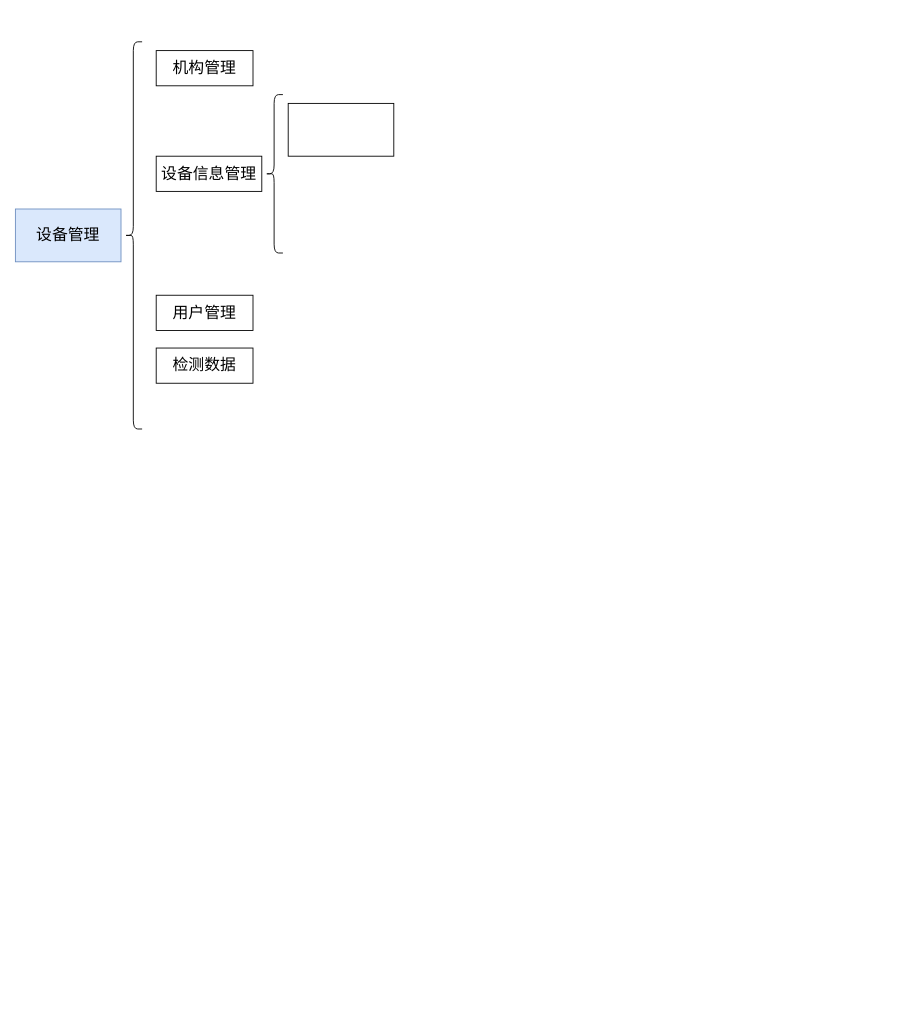
Earlier version of the draw.io diagram page "专利" (4 of 4) of 生产管理系统.drawio (lliecho/test). Source tidied: cells renumbered, new cells numbered last; positions are measured from the earlier drawing's top-left corner, leaving out a move shared by most shapes. Both pictures are drawn from the tidied source at 88%, with x=0, y=0 at pixel (15, 41).
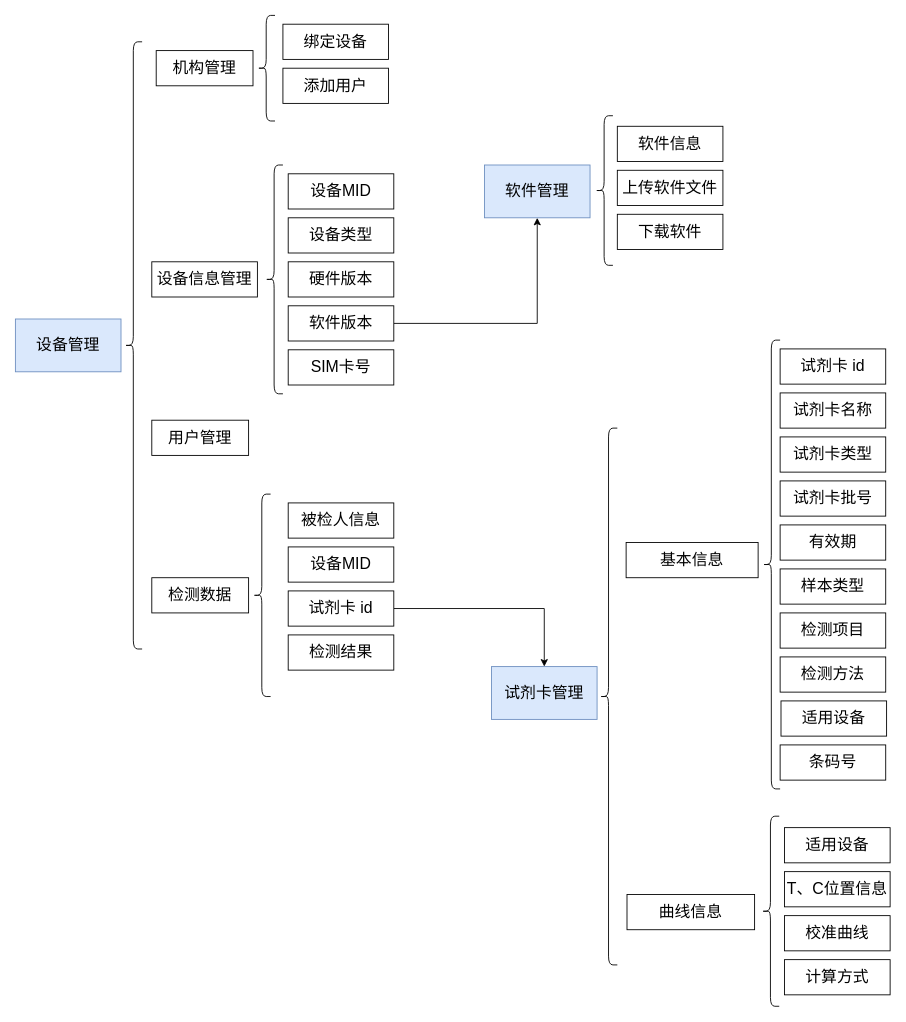
After the change.

Commit message:
更新生产管理系统.drawio

Change to the diagram source:
```diff
@@
     <mxCell id="2" value="设备管理&lt;br style=&quot;font-size: 18px;&quot;&gt;" style="rounded=0;whiteSpace=wrap;html=1;fontSize=18;fillColor=#dae8fc;strokeColor=#6c8ebf;" parent="1" vertex="1">
-      <mxGeometry y="190" width="120" height="60" as="geometry" />
+      <mxGeometry y="315" width="120" height="60" as="geometry" />
     </mxCell>
     <mxCell id="3" style="shape=curlyBracket;whiteSpace=wrap;html=1;rounded=1;labelPosition=left;verticalLabelPosition=middle;align=right;verticalAlign=middle;" parent="1" vertex="1">
-      <mxGeometry x="124" width="20" height="440" as="geometry" />
+      <mxGeometry x="124" width="20" height="690" as="geometry" />
     </mxCell>
@@
     <mxCell id="5" value="设备信息管理" style="rounded=0;whiteSpace=wrap;html=1;fontSize=18;" parent="1" vertex="1">
-      <mxGeometry x="160" y="130" width="120" height="40" as="geometry" />
+      <mxGeometry x="155" y="250" width="120" height="40" as="geometry" />
     </mxCell>
     <mxCell id="6" value="用户管理" style="rounded=0;whiteSpace=wrap;html=1;fontSize=18;" parent="1" vertex="1">
-      <mxGeometry x="160" y="288" width="110" height="40" as="geometry" />
+      <mxGeometry x="155" y="430" width="110" height="40" as="geometry" />
     </mxCell>
     <mxCell id="7" value="检测数据" style="rounded=0;whiteSpace=wrap;html=1;fontSize=18;" parent="1" vertex="1">
-      <mxGeometry x="160" y="348" width="110" height="40" as="geometry" />
+      <mxGeometry x="155" y="609" width="110" height="40" as="geometry" />
     </mxCell>
     <mxCell id="8" style="shape=curlyBracket;whiteSpace=wrap;html=1;rounded=1;labelPosition=left;verticalLabelPosition=middle;align=right;verticalAlign=middle;" parent="1" vertex="1">
-      <mxGeometry x="284" y="60" width="20" height="180" as="geometry" />
+      <mxGeometry x="284" y="140" width="20" height="260" as="geometry" />
     </mxCell>
-    <mxCell id="9" style="rounded=0;whiteSpace=wrap;html=1;" parent="1" vertex="1">
-      <mxGeometry x="310" y="70" width="120" height="60" as="geometry" />
+    <mxCell id="9" value="设备MID" style="rounded=0;whiteSpace=wrap;html=1;fontSize=18;" parent="1" vertex="1">
+      <mxGeometry x="310" y="150" width="120" height="40" as="geometry" />
     </mxCell>
+    <mxCell id="10" value="设备类型" style="rounded=0;whiteSpace=wrap;html=1;fontSize=18;" parent="1" vertex="1">
+      <mxGeometry x="310" y="200" width="120" height="40" as="geometry" />
+    </mxCell>
+    <mxCell id="11" value="硬件版本" style="rounded=0;whiteSpace=wrap;html=1;fontSize=18;" parent="1" vertex="1">
+      <mxGeometry x="310" y="250" width="120" height="40" as="geometry" />
+    </mxCell>
+    <mxCell id="12" style="edgeStyle=orthogonalEdgeStyle;rounded=0;jettySize=auto;html=1;entryX=0.5;entryY=1;entryDx=0;entryDy=0;" parent="1" edge="1" source="13" target="44">
+      <mxGeometry relative="1" as="geometry" />
+    </mxCell>
+    <mxCell id="13" value="软件版本" style="rounded=0;whiteSpace=wrap;html=1;fontSize=18;" parent="1" vertex="1">
+      <mxGeometry x="310" y="300" width="120" height="40" as="geometry" />
+    </mxCell>
+    <mxCell id="14" value="SIM卡号" style="rounded=0;whiteSpace=wrap;html=1;fontSize=18;" parent="1" vertex="1">
+      <mxGeometry x="310" y="350" width="120" height="40" as="geometry" />
+    </mxCell>
+    <mxCell id="15" style="shape=curlyBracket;whiteSpace=wrap;html=1;rounded=1;labelPosition=left;verticalLabelPosition=middle;align=right;verticalAlign=middle;" parent="1" vertex="1">
+      <mxGeometry x="270" y="514" width="20" height="230" as="geometry" />
+    </mxCell>
+    <mxCell id="16" value="被检人信息" style="rounded=0;whiteSpace=wrap;html=1;fontSize=18;" parent="1" vertex="1">
+      <mxGeometry x="310" y="524" width="120" height="40" as="geometry" />
+    </mxCell>
+    <mxCell id="17" value="设备MID" style="rounded=0;whiteSpace=wrap;html=1;fontSize=18;" parent="1" vertex="1">
+      <mxGeometry x="310" y="574" width="120" height="40" as="geometry" />
+    </mxCell>
+    <mxCell id="18" style="edgeStyle=orthogonalEdgeStyle;rounded=0;jettySize=auto;html=1;entryX=0.5;entryY=0;entryDx=0;entryDy=0;" parent="1" edge="1" source="19" target="24">
+      <mxGeometry relative="1" as="geometry" />
+    </mxCell>
+    <mxCell id="19" value="试剂卡 id" style="rounded=0;whiteSpace=wrap;html=1;fontSize=18;" parent="1" vertex="1">
+      <mxGeometry x="310" y="624" width="120" height="40" as="geometry" />
+    </mxCell>
+    <mxCell id="20" value="检测结果" style="rounded=0;whiteSpace=wrap;html=1;fontSize=18;" parent="1" vertex="1">
+      <mxGeometry x="310" y="674" width="120" height="40" as="geometry" />
+    </mxCell>
+    <mxCell id="21" style="shape=curlyBracket;whiteSpace=wrap;html=1;rounded=1;labelPosition=left;verticalLabelPosition=middle;align=right;verticalAlign=middle;" parent="1" vertex="1">
+      <mxGeometry x="275" y="-30" width="20" height="120" as="geometry" />
+    </mxCell>
+    <mxCell id="22" value="绑定设备" style="rounded=0;whiteSpace=wrap;html=1;fontSize=18;" parent="1" vertex="1">
+      <mxGeometry x="304" y="-20" width="120" height="40" as="geometry" />
+    </mxCell>
+    <mxCell id="23" value="添加用户" style="rounded=0;whiteSpace=wrap;html=1;fontSize=18;" parent="1" vertex="1">
+      <mxGeometry x="304" y="30" width="120" height="40" as="geometry" />
+    </mxCell>
+    <mxCell id="24" value="试剂卡管理" style="rounded=0;whiteSpace=wrap;html=1;fontSize=18;fillColor=#dae8fc;strokeColor=#6c8ebf;" parent="1" vertex="1">
+      <mxGeometry x="541" y="710" width="120" height="60" as="geometry" />
+    </mxCell>
+    <mxCell id="25" style="shape=curlyBracket;whiteSpace=wrap;html=1;rounded=1;labelPosition=left;verticalLabelPosition=middle;align=right;verticalAlign=middle;" parent="1" vertex="1">
+      <mxGeometry x="664" y="439" width="20" height="610" as="geometry" />
+    </mxCell>
+    <mxCell id="26" value="基本信息" style="rounded=0;whiteSpace=wrap;html=1;fontSize=18;" parent="1" vertex="1">
+      <mxGeometry x="694" y="569" width="150" height="40" as="geometry" />
+    </mxCell>
+    <mxCell id="27" value="曲线信息" style="rounded=0;whiteSpace=wrap;html=1;fontSize=18;" parent="1" vertex="1">
+      <mxGeometry x="695" y="969" width="145" height="40" as="geometry" />
+    </mxCell>
+    <mxCell id="28" style="shape=curlyBracket;whiteSpace=wrap;html=1;rounded=1;labelPosition=left;verticalLabelPosition=middle;align=right;verticalAlign=middle;" parent="1" vertex="1">
+      <mxGeometry x="848" y="880" width="20" height="216" as="geometry" />
+    </mxCell>
+    <mxCell id="29" value="适用设备" style="rounded=0;whiteSpace=wrap;html=1;fontSize=18;" parent="1" vertex="1">
+      <mxGeometry x="874" y="893" width="120" height="40" as="geometry" />
+    </mxCell>
+    <mxCell id="30" value="T、C位置信息" style="rounded=0;whiteSpace=wrap;html=1;fontSize=18;" parent="1" vertex="1">
+      <mxGeometry x="874" y="943" width="120" height="40" as="geometry" />
+    </mxCell>
+    <mxCell id="31" value="校准曲线" style="rounded=0;whiteSpace=wrap;html=1;fontSize=18;" parent="1" vertex="1">
+      <mxGeometry x="874" y="993" width="120" height="40" as="geometry" />
+    </mxCell>
+    <mxCell id="32" value="计算方式" style="rounded=0;whiteSpace=wrap;html=1;fontSize=18;" parent="1" vertex="1">
+      <mxGeometry x="874" y="1043" width="120" height="40" as="geometry" />
+    </mxCell>
+    <mxCell id="33" style="shape=curlyBracket;whiteSpace=wrap;html=1;rounded=1;labelPosition=left;verticalLabelPosition=middle;align=right;verticalAlign=middle;" parent="1" vertex="1">
+      <mxGeometry x="849" y="339" width="20" height="510" as="geometry" />
+    </mxCell>
+    <mxCell id="34" value="试剂卡 id" style="rounded=0;whiteSpace=wrap;html=1;fontSize=18;" parent="1" vertex="1">
+      <mxGeometry x="869" y="349" width="120" height="40" as="geometry" />
+    </mxCell>
+    <mxCell id="35" value="试剂卡名称" style="rounded=0;whiteSpace=wrap;html=1;fontSize=18;" parent="1" vertex="1">
+      <mxGeometry x="869" y="399" width="120" height="40" as="geometry" />
+    </mxCell>
+    <mxCell id="36" value="试剂卡类型" style="rounded=0;whiteSpace=wrap;html=1;fontSize=18;" parent="1" vertex="1">
+      <mxGeometry x="869" y="449" width="120" height="40" as="geometry" />
+    </mxCell>
+    <mxCell id="37" value="试剂卡批号" style="rounded=0;whiteSpace=wrap;html=1;fontSize=18;" parent="1" vertex="1">
+      <mxGeometry x="869" y="499" width="120" height="40" as="geometry" />
+    </mxCell>
+    <mxCell id="38" value="有效期" style="rounded=0;whiteSpace=wrap;html=1;fontSize=18;" parent="1" vertex="1">
+      <mxGeometry x="869" y="549" width="120" height="40" as="geometry" />
+    </mxCell>
+    <mxCell id="39" value="样本类型" style="rounded=0;whiteSpace=wrap;html=1;fontSize=18;" parent="1" vertex="1">
+      <mxGeometry x="869" y="599" width="120" height="40" as="geometry" />
+    </mxCell>
+    <mxCell id="40" value="检测项目" style="rounded=0;whiteSpace=wrap;html=1;fontSize=18;" parent="1" vertex="1">
+      <mxGeometry x="869" y="649" width="120" height="40" as="geometry" />
+    </mxCell>
+    <mxCell id="41" value="检测方法" style="rounded=0;whiteSpace=wrap;html=1;fontSize=18;" parent="1" vertex="1">
+      <mxGeometry x="869" y="699" width="120" height="40" as="geometry" />
+    </mxCell>
+    <mxCell id="42" value="适用设备" style="rounded=0;whiteSpace=wrap;html=1;fontSize=18;" parent="1" vertex="1">
+      <mxGeometry x="870" y="749" width="120" height="40" as="geometry" />
+    </mxCell>
+    <mxCell id="43" value="条码号" style="rounded=0;whiteSpace=wrap;html=1;fontSize=18;" parent="1" vertex="1">
+      <mxGeometry x="869" y="799" width="120" height="40" as="geometry" />
+    </mxCell>
+    <mxCell id="44" value="软件管理" style="rounded=0;whiteSpace=wrap;html=1;fontSize=18;fillColor=#dae8fc;strokeColor=#6c8ebf;" parent="1" vertex="1">
+      <mxGeometry x="533" y="140" width="120" height="60" as="geometry" />
+    </mxCell>
+    <mxCell id="45" style="shape=curlyBracket;whiteSpace=wrap;html=1;rounded=1;labelPosition=left;verticalLabelPosition=middle;align=right;verticalAlign=middle;" parent="1" vertex="1">
+      <mxGeometry x="659" y="84" width="20" height="170" as="geometry" />
+    </mxCell>
+    <mxCell id="46" value="软件信息" style="rounded=0;whiteSpace=wrap;html=1;fontSize=18;" parent="1" vertex="1">
+      <mxGeometry x="684" y="96" width="120" height="40" as="geometry" />
+    </mxCell>
+    <mxCell id="47" value="上传软件文件" style="rounded=0;whiteSpace=wrap;html=1;fontSize=18;" parent="1" vertex="1">
+      <mxGeometry x="684" y="146" width="120" height="40" as="geometry" />
+    </mxCell>
+    <mxCell id="48" value="下载软件" style="rounded=0;whiteSpace=wrap;html=1;fontSize=18;" parent="1" vertex="1">
+      <mxGeometry x="684" y="196" width="120" height="40" as="geometry" />
+    </mxCell>
```
